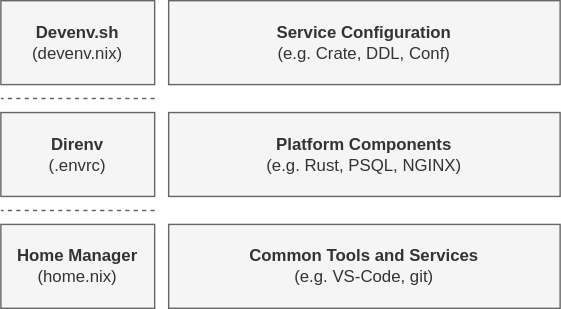
torstenboettjer/sandbox keeps this draw.io diagram as img/techStack.drawio.svg. Above is the earlier version. Source tidied: cells renumbered, new cells last; positions are measured from the earlier drawing's top-left corner, leaving out a move shared by most shapes.
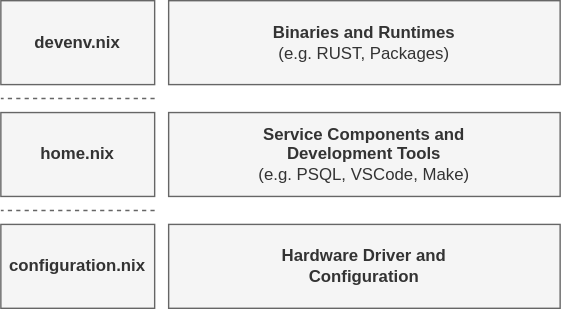
Later version of the same file.

The edit, as a diff of the source:
```diff
@@ -2,13 +2,13 @@
   <root>
     <mxCell id="0" />
     <mxCell id="1" parent="0" />
-    <mxCell id="2" value="Common Tools and Services&lt;br&gt;&lt;span style=&quot;font-weight: normal;&quot;&gt;(e.g. VS-Code, git)&lt;/span&gt;" style="rounded=0;whiteSpace=wrap;html=1;fillColor=#f5f5f5;strokeColor=#666666;fontStyle=1;fontColor=#333333;" parent="1" vertex="1">
+    <mxCell id="2" value="Hardware Driver and &lt;br&gt;Configuration" style="rounded=0;whiteSpace=wrap;html=1;fillColor=#f5f5f5;strokeColor=#666666;fontStyle=1;fontColor=#333333;" parent="1" vertex="1">
       <mxGeometry x="120" y="160" width="280" height="60" as="geometry" />
     </mxCell>
-    <mxCell id="3" value="Platform Components&lt;br&gt;&lt;span style=&quot;font-weight: normal;&quot;&gt;(e.g.&amp;nbsp;&lt;/span&gt;&lt;span style=&quot;font-weight: 400;&quot;&gt;Rust, PSQL, NGINX&lt;/span&gt;&lt;span style=&quot;font-weight: normal;&quot;&gt;)&lt;/span&gt;" style="rounded=0;whiteSpace=wrap;html=1;fillColor=#f5f5f5;strokeColor=#666666;fontStyle=1;fontColor=#333333;" parent="1" vertex="1">
+    <mxCell id="3" value="Service Components and &lt;br&gt;Development Tools&lt;br&gt;&lt;span style=&quot;font-weight: normal;&quot;&gt;(e.g.&amp;nbsp;&lt;/span&gt;&lt;span style=&quot;font-weight: 400;&quot;&gt;PSQL, VSCode, Make&lt;/span&gt;&lt;span style=&quot;font-weight: normal;&quot;&gt;)&lt;/span&gt;" style="rounded=0;whiteSpace=wrap;html=1;fillColor=#f5f5f5;strokeColor=#666666;fontStyle=1;fontColor=#333333;" parent="1" vertex="1">
       <mxGeometry x="120" y="80" width="280" height="60" as="geometry" />
     </mxCell>
-    <mxCell id="4" value="Service Configuration&lt;br&gt;&lt;span style=&quot;font-weight: normal;&quot;&gt;(e.g.&amp;nbsp;&lt;/span&gt;&lt;span style=&quot;font-weight: 400;&quot;&gt;Crate, DDL, Conf&lt;/span&gt;&lt;span style=&quot;font-weight: normal;&quot;&gt;)&lt;/span&gt;" style="rounded=0;whiteSpace=wrap;html=1;fillColor=#f5f5f5;strokeColor=#666666;fontStyle=1;fontColor=#333333;" parent="1" vertex="1">
+    <mxCell id="4" value="Binaries and Runtimes&lt;br&gt;&lt;span style=&quot;font-weight: normal;&quot;&gt;(e.g.&amp;nbsp;&lt;/span&gt;&lt;span style=&quot;font-weight: 400;&quot;&gt;RUST, Packages&lt;/span&gt;&lt;span style=&quot;font-weight: normal;&quot;&gt;)&lt;/span&gt;" style="rounded=0;whiteSpace=wrap;html=1;fillColor=#f5f5f5;strokeColor=#666666;fontStyle=1;fontColor=#333333;" parent="1" vertex="1">
       <mxGeometry x="120" width="280" height="60" as="geometry" />
     </mxCell>
     <mxCell id="5" style="endArrow=none;dashed=1;html=1;rounded=0;fillColor=#f5f5f5;strokeColor=#666666;" parent="1" edge="1">
@@ -23,13 +23,13 @@
         <mxPoint y="150" as="targetPoint" />
       </mxGeometry>
     </mxCell>
-    <mxCell id="7" value="Devenv.sh&lt;span style=&quot;font-weight: normal;&quot;&gt;&lt;br&gt;(devenv.nix)&lt;/span&gt;" style="rounded=0;whiteSpace=wrap;html=1;fillColor=#f5f5f5;strokeColor=#666666;fontStyle=1;fontColor=#333333;" parent="1" vertex="1">
+    <mxCell id="7" value="devenv.nix" style="rounded=0;whiteSpace=wrap;html=1;fillColor=#f5f5f5;strokeColor=#666666;fontStyle=1;fontColor=#333333;" parent="1" vertex="1">
       <mxGeometry width="110" height="60" as="geometry" />
     </mxCell>
-    <mxCell id="8" value="Direnv&lt;span style=&quot;font-weight: normal;&quot;&gt;&lt;br&gt;(.envrc)&lt;/span&gt;" style="rounded=0;whiteSpace=wrap;html=1;fillColor=#f5f5f5;strokeColor=#666666;fontStyle=1;fontColor=#333333;" parent="1" vertex="1">
+    <mxCell id="8" value="home.nix&lt;span style=&quot;font-weight: normal;&quot;&gt;&lt;br&gt;&lt;/span&gt;" style="rounded=0;whiteSpace=wrap;html=1;fillColor=#f5f5f5;strokeColor=#666666;fontStyle=1;fontColor=#333333;" parent="1" vertex="1">
       <mxGeometry y="80" width="110" height="60" as="geometry" />
     </mxCell>
-    <mxCell id="9" value="Home Manager&lt;span style=&quot;font-weight: normal;&quot;&gt;&lt;br&gt;(home.nix)&lt;/span&gt;" style="rounded=0;whiteSpace=wrap;html=1;fillColor=#f5f5f5;strokeColor=#666666;fontStyle=1;fontColor=#333333;" parent="1" vertex="1">
+    <mxCell id="9" value="configuration.nix" style="rounded=0;whiteSpace=wrap;html=1;fillColor=#f5f5f5;strokeColor=#666666;fontStyle=1;fontColor=#333333;" parent="1" vertex="1">
       <mxGeometry y="160" width="110" height="60" as="geometry" />
     </mxCell>
   </root>
```
